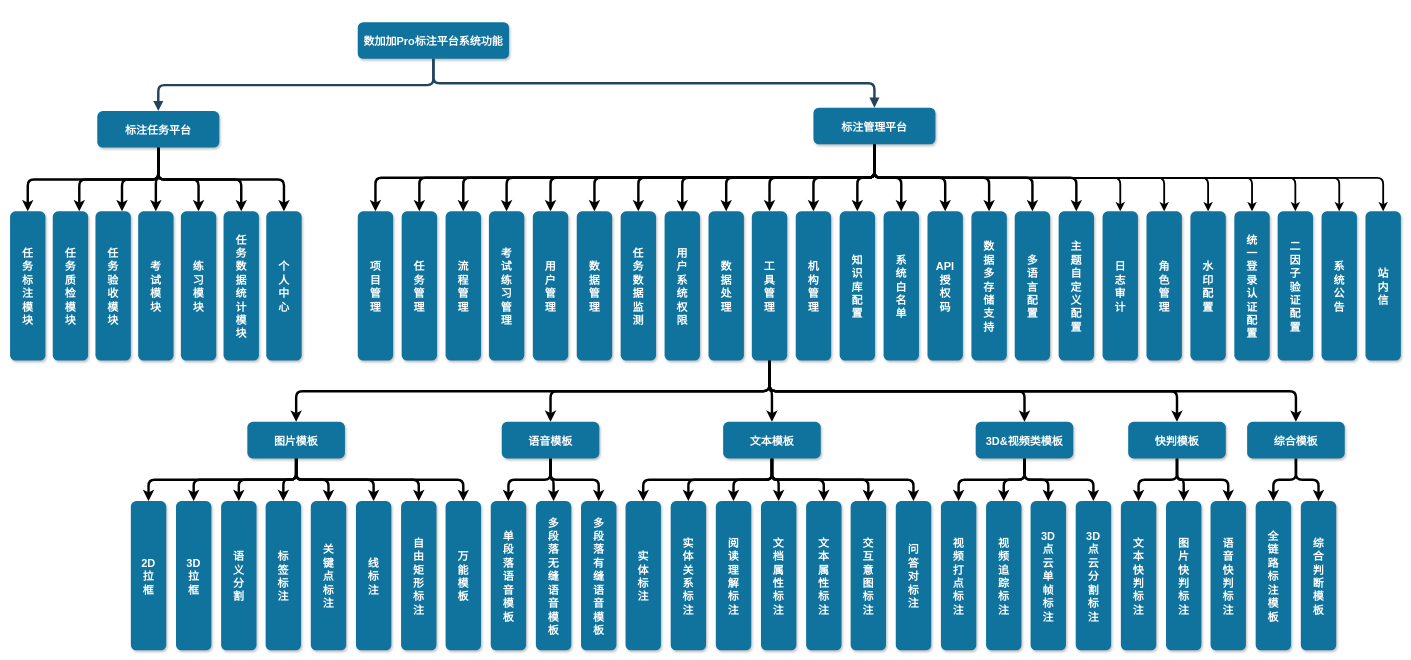
rainoo/diagrams keeps this draw.io diagram as drawio/系统架构图.drawio. Above is the earlier version. Source tidied: cells renumbered, new cells numbered last; positions are measured from the earlier drawing's top-left corner, leaving out a move shared by most shapes. Both pictures are drawn from the tidied source at 61%, with x=0, y=0 at pixel (10, 22).
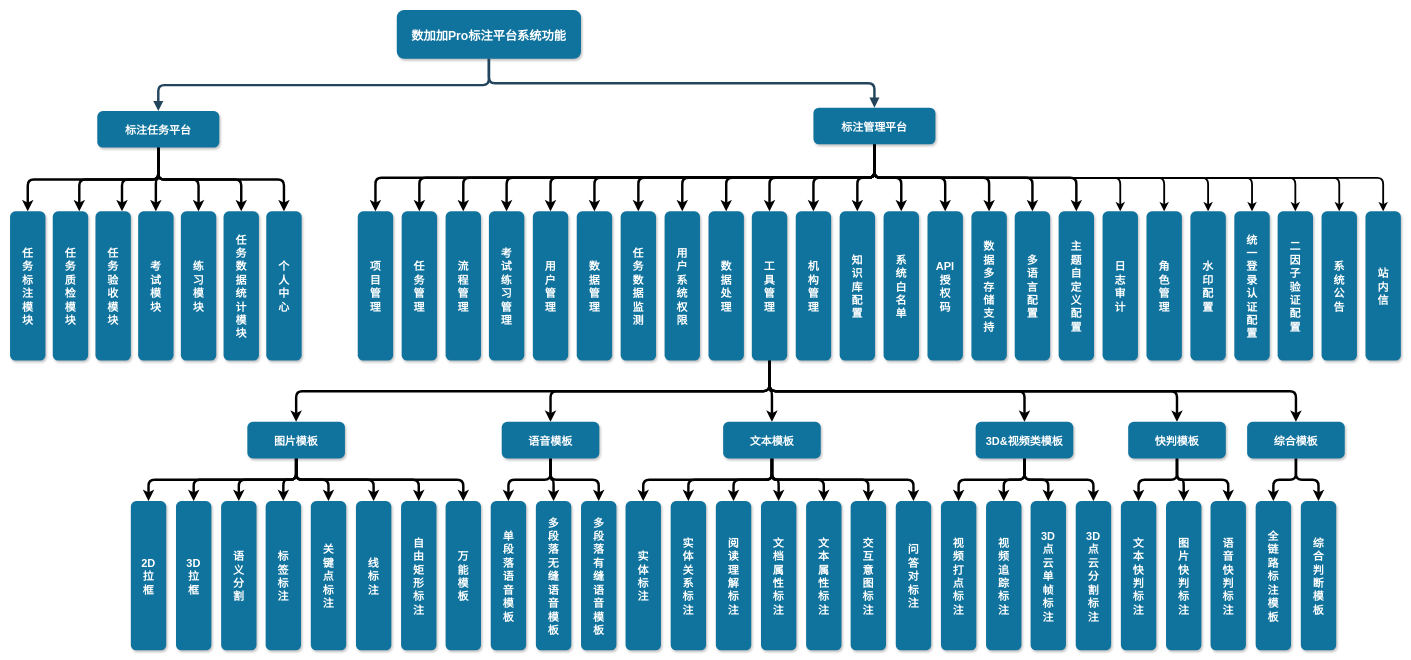
The same page after the edit.

Commit message:
更新系统架构图.drawio

Change to the diagram source:
```diff
@@
-    <mxCell id="2" value="数加加Pro标注平台系统功能" style="rounded=1;fillColor=#10739E;strokeColor=none;shadow=1;gradientColor=none;fontStyle=1;fontColor=#FFFFFF;fontSize=18;" parent="1" vertex="1">
-      <mxGeometry x="570" width="248" height="60" as="geometry" />
+    <mxCell id="2" value="数加加Pro标注平台系统功能" style="rounded=1;fillColor=#10739E;strokeColor=none;shadow=1;gradientColor=none;fontStyle=1;fontColor=#FFFFFF;fontSize=20;" parent="1" vertex="1">
+      <mxGeometry x="634" y="-20" width="302" height="80" as="geometry" />
     </mxCell>
```
